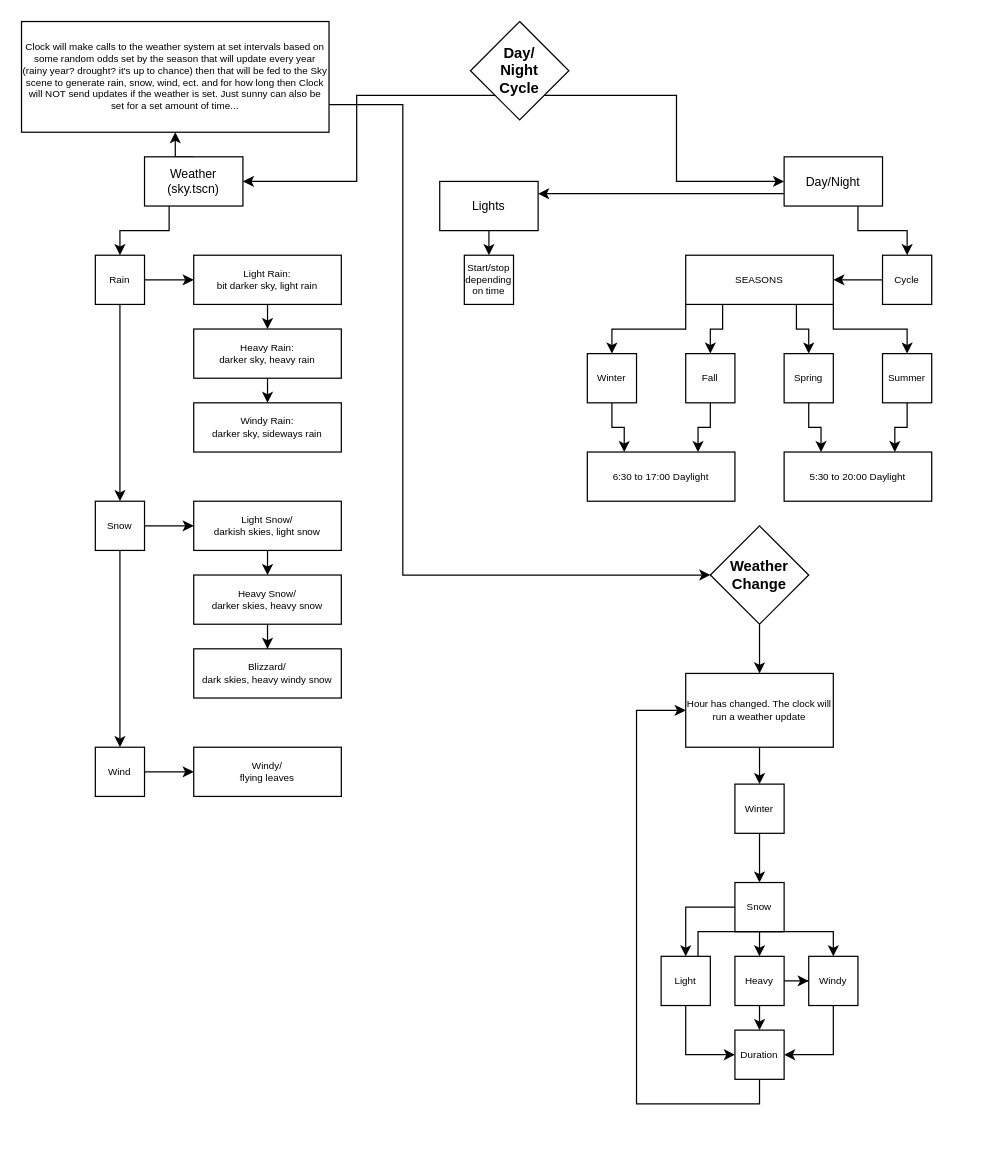
Above: Notes/Charts/lightcycle.drawio in ChrisGlenn/Taelus (draw.io), before the change. Source tidied: cells renumbered, new cells numbered last; positions are measured from the earlier drawing's top-left corner, leaving out a move shared by most shapes. Both pictures are drawn from the tidied source at 123%, with x=0, y=0 at pixel (21, 21).
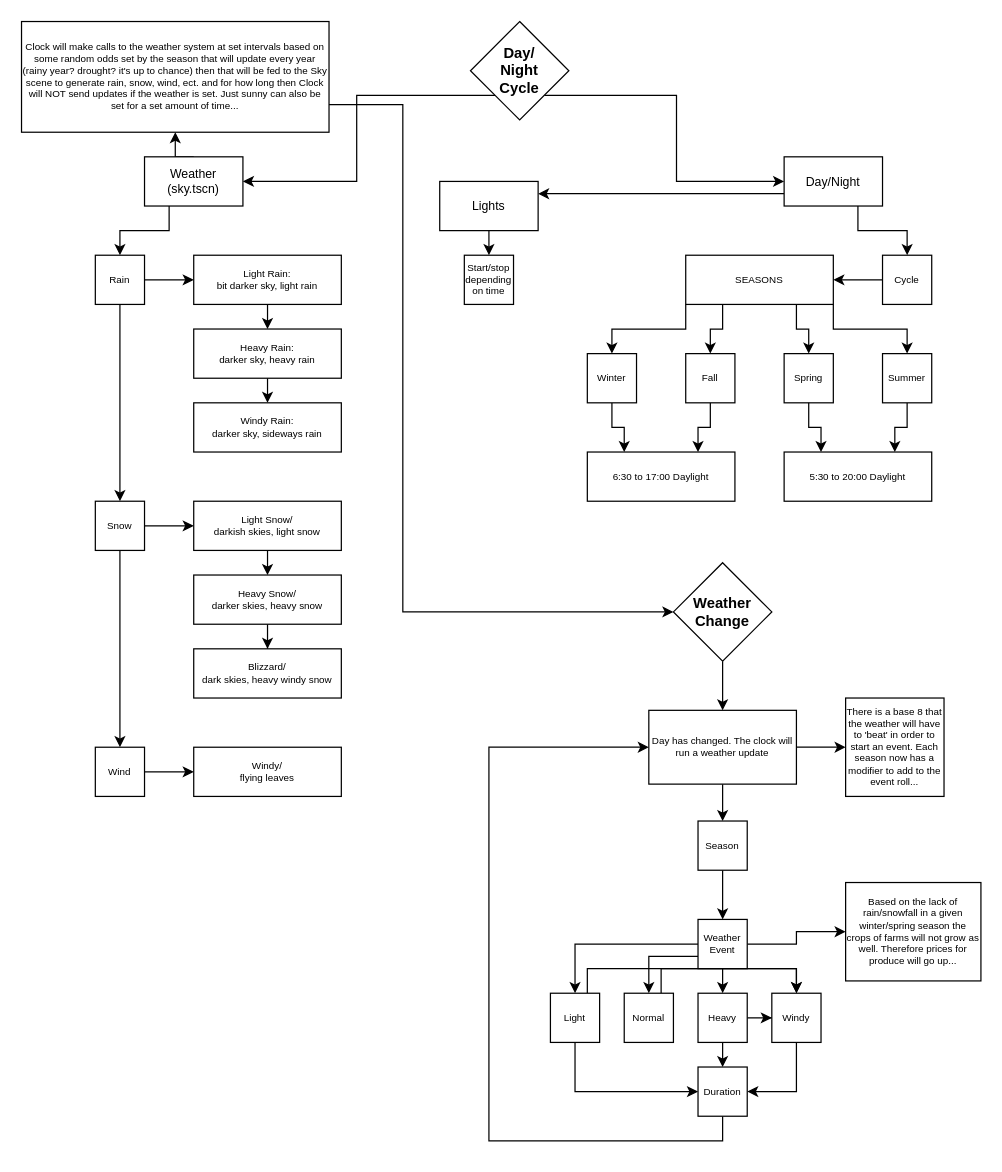
The same page after the edit.

Unchanged cells that the change refers to:
```xml
<mxCell id="53" value="Clock will make calls to the weather system at set intervals based on some random odds set by the season that will update every year (rainy year? drought? it's up to chance) then that will be fed to the Sky scene to generate rain, snow, wind, ect. and for how long then Clock will NOT send updates if the weather is set. Just sunny can also be set for a set amount of time..." style="rounded=0;whiteSpace=wrap;html=1;fontSize=8;" parent="1" vertex="1">
  <mxGeometry width="250" height="90" as="geometry" />
</mxCell>
```

Diff of the diagram source:
```diff
@@
     <mxCell id="51" value="Weather&lt;br&gt;Change" style="rhombus;whiteSpace=wrap;html=1;fontStyle=1;" parent="1" vertex="1">
-      <mxGeometry x="560" y="410" width="80" height="80" as="geometry" />
+      <mxGeometry x="530" y="440" width="80" height="80" as="geometry" />
     </mxCell>
     <mxCell id="52" style="edgeStyle=orthogonalEdgeStyle;rounded=0;jettySize=auto;html=1;exitX=1;exitY=0.75;exitDx=0;exitDy=0;entryX=0;entryY=0.5;entryDx=0;entryDy=0;" parent="1" edge="1" source="53" target="51">
       <mxGeometry relative="1" as="geometry">
         <Array as="points">
           <mxPoint x="310" y="68" />
-          <mxPoint x="310" y="450" />
+          <mxPoint x="310" y="480" />
         </Array>
       </mxGeometry>
     </mxCell>
@@
+    <mxCell id="71" style="edgeStyle=orthogonalEdgeStyle;rounded=0;jettySize=auto;html=1;exitX=1;exitY=0.5;exitDx=0;exitDy=0;entryX=0;entryY=0.5;entryDx=0;entryDy=0;" parent="1" edge="1" source="55" target="77">
+      <mxGeometry relative="1" as="geometry" />
+    </mxCell>
-    <mxCell id="55" value="Hour has changed. The clock will run a weather update" style="rounded=0;whiteSpace=wrap;html=1;fontSize=8;" parent="1" vertex="1">
-      <mxGeometry x="540" y="530" width="120" height="60" as="geometry" />
+    <mxCell id="55" value="Day has changed. The clock will run a weather update" style="rounded=0;whiteSpace=wrap;html=1;fontSize=8;" parent="1" vertex="1">
+      <mxGeometry x="510" y="560" width="120" height="60" as="geometry" />
     </mxCell>
@@
-    <mxCell id="57" value="Winter" style="rounded=0;whiteSpace=wrap;html=1;fontSize=8;" parent="1" vertex="1">
-      <mxGeometry x="580" y="620" width="40" height="40" as="geometry" />
+    <mxCell id="57" value="Season" style="rounded=0;whiteSpace=wrap;html=1;fontSize=8;" parent="1" vertex="1">
+      <mxGeometry x="550" y="650" width="40" height="40" as="geometry" />
     </mxCell>
@@
+    <mxCell id="72" style="edgeStyle=orthogonalEdgeStyle;rounded=0;jettySize=auto;html=1;exitX=1;exitY=0.5;exitDx=0;exitDy=0;entryX=0;entryY=0.5;entryDx=0;entryDy=0;" parent="1" edge="1" source="60" target="74">
+      <mxGeometry relative="1" as="geometry" />
+    </mxCell>
+    <mxCell id="73" style="edgeStyle=orthogonalEdgeStyle;rounded=0;jettySize=auto;html=1;exitX=0;exitY=0.75;exitDx=0;exitDy=0;entryX=0.5;entryY=0;entryDx=0;entryDy=0;" parent="1" edge="1" source="60" target="76">
+      <mxGeometry relative="1" as="geometry" />
+    </mxCell>
-    <mxCell id="60" value="Snow" style="rounded=0;whiteSpace=wrap;html=1;fontSize=8;" parent="1" vertex="1">
-      <mxGeometry x="580" y="700" width="40" height="40" as="geometry" />
+    <mxCell id="60" value="Weather&lt;br&gt;Event" style="rounded=0;whiteSpace=wrap;html=1;fontSize=8;" parent="1" vertex="1">
+      <mxGeometry x="550" y="730" width="40" height="40" as="geometry" />
     </mxCell>
@@
     <mxCell id="63" value="Light" style="rounded=0;whiteSpace=wrap;html=1;fontSize=8;" parent="1" vertex="1">
-      <mxGeometry x="520" y="760" width="40" height="40" as="geometry" />
+      <mxGeometry x="430" y="790" width="40" height="40" as="geometry" />
     </mxCell>
@@
     <mxCell id="66" value="Heavy" style="rounded=0;whiteSpace=wrap;html=1;fontSize=8;" parent="1" vertex="1">
-      <mxGeometry x="580" y="760" width="40" height="40" as="geometry" />
+      <mxGeometry x="550" y="790" width="40" height="40" as="geometry" />
     </mxCell>
@@
     <mxCell id="68" value="Windy" style="rounded=0;whiteSpace=wrap;html=1;fontSize=8;" parent="1" vertex="1">
-      <mxGeometry x="640" y="760" width="40" height="40" as="geometry" />
+      <mxGeometry x="610" y="790" width="40" height="40" as="geometry" />
     </mxCell>
     <mxCell id="69" style="edgeStyle=orthogonalEdgeStyle;rounded=0;jettySize=auto;html=1;exitX=0.5;exitY=1;exitDx=0;exitDy=0;entryX=0;entryY=0.5;entryDx=0;entryDy=0;" parent="1" edge="1" source="70" target="55">
       <mxGeometry relative="1" as="geometry">
         <Array as="points">
-          <mxPoint x="600" y="880" />
-          <mxPoint x="500" y="880" />
-          <mxPoint x="500" y="560" />
+          <mxPoint x="570" y="910" />
+          <mxPoint x="380" y="910" />
+          <mxPoint x="380" y="590" />
         </Array>
       </mxGeometry>
     </mxCell>
     <mxCell id="70" value="Duration" style="rounded=0;whiteSpace=wrap;html=1;fontSize=8;" parent="1" vertex="1">
-      <mxGeometry x="580" y="820" width="40" height="40" as="geometry" />
+      <mxGeometry x="550" y="850" width="40" height="40" as="geometry" />
     </mxCell>
+    <mxCell id="74" value="Based on the lack of rain/snowfall in a given winter/spring season the crops of farms will not grow as well. Therefore prices for produce will go up..." style="rounded=0;whiteSpace=wrap;html=1;fontSize=8;" parent="1" vertex="1">
+      <mxGeometry x="670" y="700" width="110" height="80" as="geometry" />
+    </mxCell>
+    <mxCell id="75" style="edgeStyle=orthogonalEdgeStyle;rounded=0;jettySize=auto;html=1;exitX=0.75;exitY=0;exitDx=0;exitDy=0;entryX=0.5;entryY=0;entryDx=0;entryDy=0;" parent="1" edge="1" source="76" target="68">
+      <mxGeometry relative="1" as="geometry" />
+    </mxCell>
+    <mxCell id="76" value="Normal" style="rounded=0;whiteSpace=wrap;html=1;fontSize=8;" parent="1" vertex="1">
+      <mxGeometry x="490" y="790" width="40" height="40" as="geometry" />
+    </mxCell>
+    <mxCell id="77" value="There is a base 8 that the weather will have to 'beat' in order to start an event. Each season now has a modifier to add to the event roll..." style="rounded=0;whiteSpace=wrap;html=1;fontSize=8;" parent="1" vertex="1">
+      <mxGeometry x="670" y="550" width="80" height="80" as="geometry" />
+    </mxCell>
```
